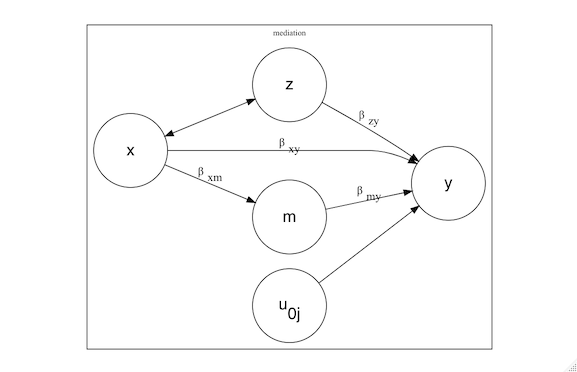
Before: multilevel-mediation/multilevel-mediation.png, a diagram exported from Graphviz (agrogan1/multilevel). Its source is kept beside it as multilevel-mediation/multilevel-mediation.gv.
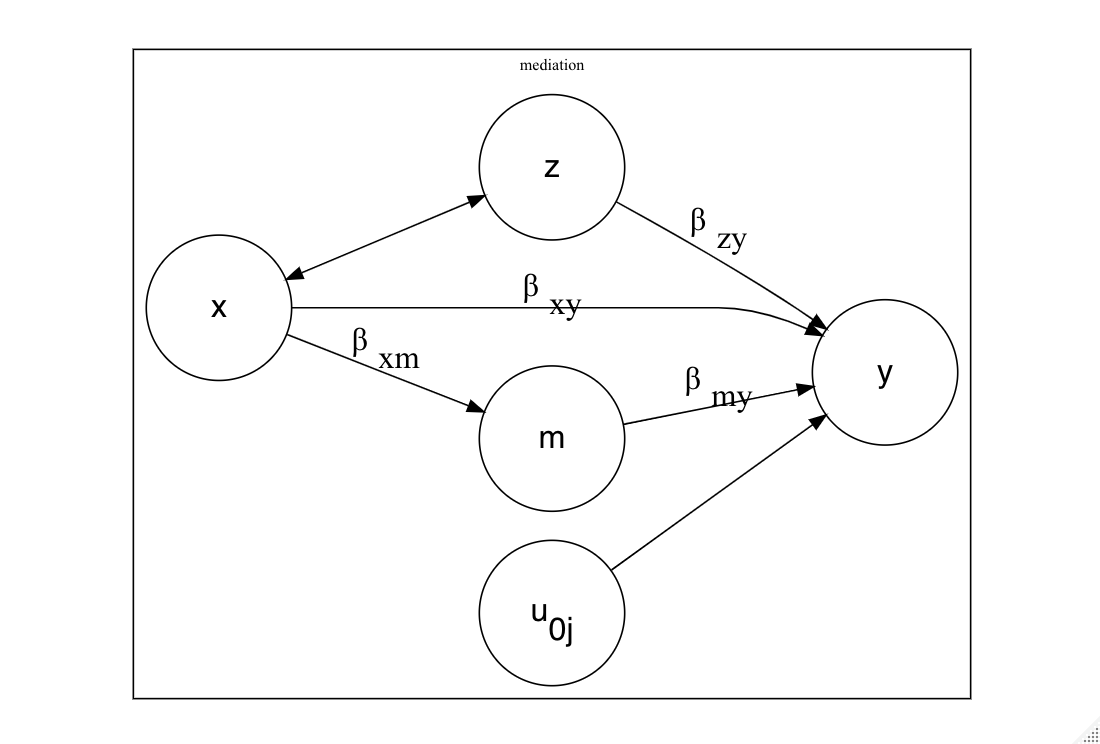
Above is the later version.

Commit message:
larger font size on diagram edge labels

Diff of the diagram source:
```diff
@@ -30,10 +30,10 @@
 
  	label = "mediation";
 
-  x1 -> m1 [label = <&beta;<SUB>xm</SUB>>]
-  m1 -> y1 [label = <&beta;<SUB>my</SUB>>]
-  x1 -> y1 [label = <&beta;<SUB>xy</SUB>>]
-  z1 -> y1 [label = <&beta;<SUB>zy</SUB>>]
+  x1 -> m1 [label = <&beta;<SUB>xm</SUB>> fontsize="20"]
+  m1 -> y1 [label = <&beta;<SUB>my</SUB>> fontsize="20"]
+  x1 -> y1 [label = <&beta;<SUB>xy</SUB>> fontsize="20"]
+  z1 -> y1 [label = <&beta;<SUB>zy</SUB>> fontsize="20"]
   x1 -> z1 [dir = both]
 
   u0 -> y1
```
